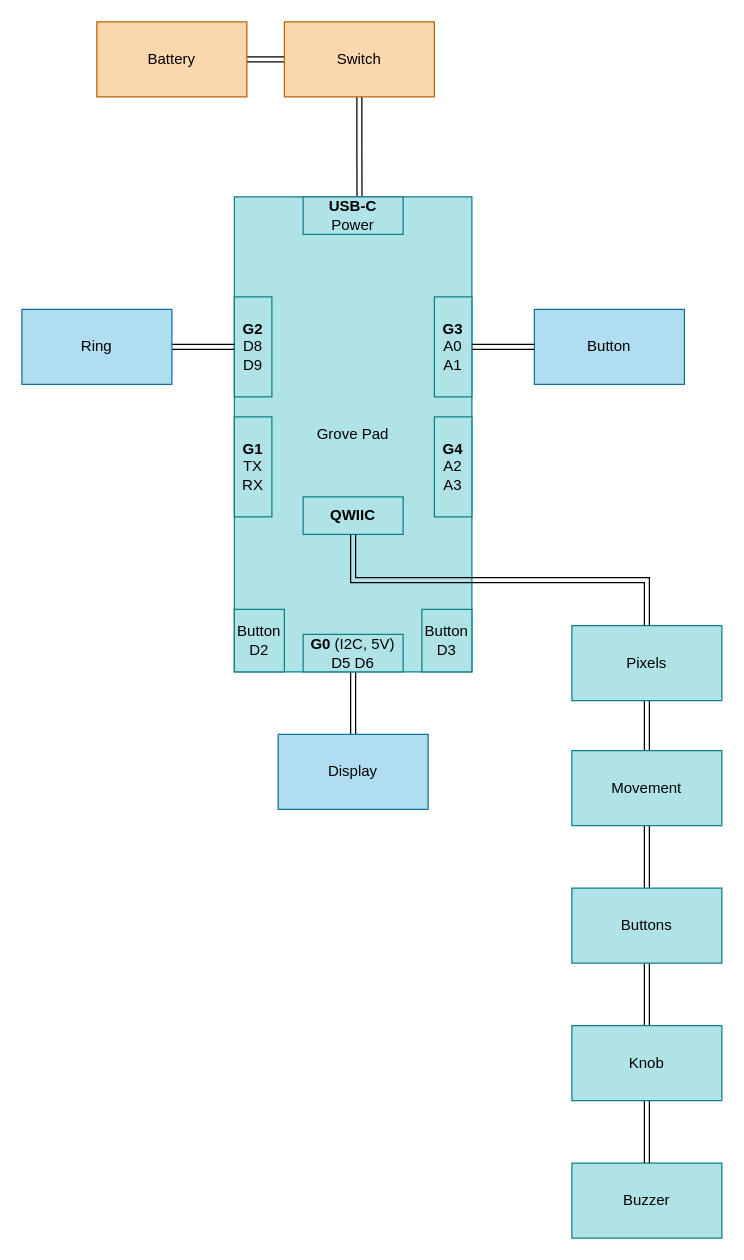
Earlier version of the draw.io diagram assets/Modul Schema.drawio (flavian-ost/Reacto). Source tidied: cells renumbered, new cells numbered last; positions are measured from the earlier drawing's top-left corner, leaving out a move shared by most shapes. Both pictures are drawn from the tidied source at 125%, with x=0, y=0 at pixel (21, 21).
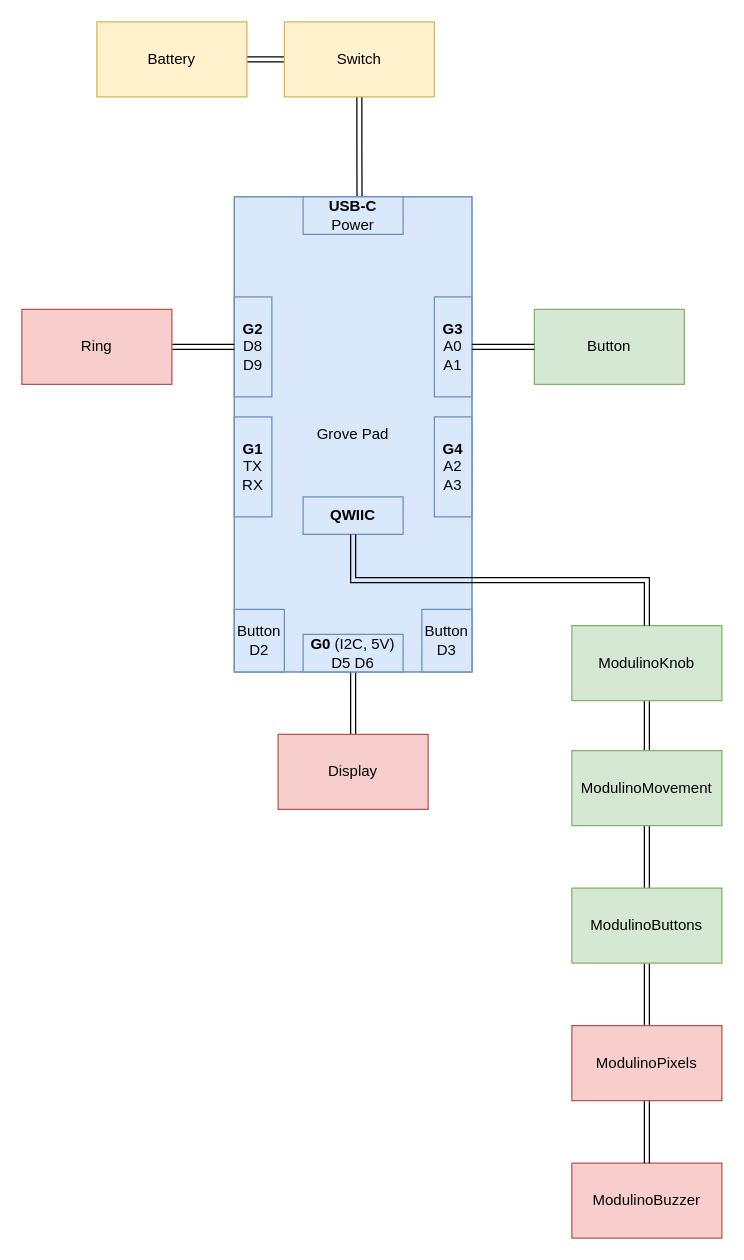
The same page after the edit.

The edit, as a diff of the source:
```diff
@@
-    <mxCell id="3" value="Display" style="rounded=0;whiteSpace=wrap;html=1;fillColor=#b1ddf0;strokeColor=#10739e;" parent="1" vertex="1">
+    <mxCell id="3" value="Display" style="rounded=0;whiteSpace=wrap;html=1;fillColor=#f8cecc;strokeColor=#b85450;" parent="1" vertex="1">
       <mxGeometry x="205" y="570" width="120" height="60" as="geometry" />
     </mxCell>
@@
-    <mxCell id="5" value="Pixels" style="rounded=0;whiteSpace=wrap;html=1;fillColor=#b0e3e6;strokeColor=#0e8088;" parent="1" vertex="1">
+    <mxCell id="5" value="ModulinoKnob" style="rounded=0;whiteSpace=wrap;html=1;fillColor=#d5e8d4;strokeColor=#82b366;" parent="1" vertex="1">
       <mxGeometry x="440" y="483" width="120" height="60" as="geometry" />
     </mxCell>
-    <mxCell id="6" value="Buzzer" style="rounded=0;whiteSpace=wrap;html=1;fillColor=#b0e3e6;strokeColor=#0e8088;" parent="1" vertex="1">
+    <mxCell id="6" value="ModulinoBuzzer" style="rounded=0;whiteSpace=wrap;html=1;fillColor=#f8cecc;strokeColor=#b85450;" parent="1" vertex="1">
       <mxGeometry x="440" y="913" width="120" height="60" as="geometry" />
     </mxCell>
@@
-    <mxCell id="8" value="Movement" style="rounded=0;whiteSpace=wrap;html=1;fillColor=#b0e3e6;strokeColor=#0e8088;" parent="1" vertex="1">
+    <mxCell id="8" value="ModulinoMovement" style="rounded=0;whiteSpace=wrap;html=1;fillColor=#d5e8d4;strokeColor=#82b366;" parent="1" vertex="1">
       <mxGeometry x="440" y="583" width="120" height="60" as="geometry" />
     </mxCell>
@@
-    <mxCell id="10" value="Buttons" style="rounded=0;whiteSpace=wrap;html=1;fillColor=#b0e3e6;strokeColor=#0e8088;" parent="1" vertex="1">
+    <mxCell id="10" value="ModulinoButtons" style="rounded=0;whiteSpace=wrap;html=1;fillColor=#d5e8d4;strokeColor=#82b366;" parent="1" vertex="1">
       <mxGeometry x="440" y="693" width="120" height="60" as="geometry" />
     </mxCell>
@@
-    <mxCell id="12" value="Knob" style="rounded=0;whiteSpace=wrap;html=1;fillColor=#b0e3e6;strokeColor=#0e8088;" parent="1" vertex="1">
+    <mxCell id="12" value="ModulinoPixels" style="rounded=0;whiteSpace=wrap;html=1;fillColor=#f8cecc;strokeColor=#b85450;" parent="1" vertex="1">
       <mxGeometry x="440" y="803" width="120" height="60" as="geometry" />
     </mxCell>
-    <mxCell id="13" value="Button" style="rounded=0;whiteSpace=wrap;html=1;fillColor=#b1ddf0;strokeColor=#10739e;" parent="1" vertex="1">
+    <mxCell id="13" value="Button" style="rounded=0;whiteSpace=wrap;html=1;fillColor=#d5e8d4;strokeColor=#82b366;" parent="1" vertex="1">
       <mxGeometry x="410" y="230" width="120" height="60" as="geometry" />
     </mxCell>
@@
-    <mxCell id="16" value="Battery" style="rounded=0;whiteSpace=wrap;html=1;fillColor=#fad7ac;strokeColor=#b46504;" parent="1" vertex="1">
+    <mxCell id="16" value="Battery" style="rounded=0;whiteSpace=wrap;html=1;fillColor=#fff2cc;strokeColor=#d6b656;" parent="1" vertex="1">
       <mxGeometry x="60" width="120" height="60" as="geometry" />
     </mxCell>
-    <mxCell id="17" style="group;" parent="1" vertex="1">
+    <mxCell id="17" style="group;fillColor=#dae8fc;strokeColor=#6c8ebf;" parent="1" vertex="1">
       <mxGeometry x="170" y="140" width="190" height="380" as="geometry" />
     </mxCell>
-    <mxCell id="18" value="Grove Pad" style="rounded=0;whiteSpace=wrap;html=1;fillColor=#b0e3e6;strokeColor=#0e8088;" parent="17" vertex="1">
+    <mxCell id="18" value="Grove Pad" style="rounded=0;whiteSpace=wrap;html=1;fillColor=#dae8fc;strokeColor=#6c8ebf;" parent="17" vertex="1">
       <mxGeometry width="190" height="380" as="geometry" />
     </mxCell>
-    <mxCell id="19" value="&lt;b&gt;G0&lt;/b&gt; (&lt;span style=&quot;background-color: transparent; color: light-dark(rgb(0, 0, 0), rgb(255, 255, 255));&quot;&gt;I2C, 5V)&lt;/span&gt;&lt;div&gt;&lt;span style=&quot;background-color: transparent; color: light-dark(rgb(0, 0, 0), rgb(255, 255, 255));&quot;&gt;D5 D6&lt;/span&gt;&lt;/div&gt;" style="rounded=0;whiteSpace=wrap;html=1;fillColor=#b0e3e6;strokeColor=#0e8088;" parent="17" vertex="1">
+    <mxCell id="19" value="&lt;b&gt;G0&lt;/b&gt; (&lt;span style=&quot;background-color: transparent; color: light-dark(rgb(0, 0, 0), rgb(255, 255, 255));&quot;&gt;I2C, 5V)&lt;/span&gt;&lt;div&gt;&lt;span style=&quot;background-color: transparent; color: light-dark(rgb(0, 0, 0), rgb(255, 255, 255));&quot;&gt;D5 D6&lt;/span&gt;&lt;/div&gt;" style="rounded=0;whiteSpace=wrap;html=1;fillColor=#dae8fc;strokeColor=#6c8ebf;" parent="17" vertex="1">
       <mxGeometry x="55" y="350" width="80" height="30" as="geometry" />
     </mxCell>
-    <mxCell id="20" value="&lt;b&gt;USB-C&lt;/b&gt;&lt;div&gt;Power&lt;/div&gt;" style="rounded=0;whiteSpace=wrap;html=1;fillColor=#b0e3e6;strokeColor=#0e8088;" parent="17" vertex="1">
+    <mxCell id="20" value="&lt;b&gt;USB-C&lt;/b&gt;&lt;div&gt;Power&lt;/div&gt;" style="rounded=0;whiteSpace=wrap;html=1;fillColor=#dae8fc;strokeColor=#6c8ebf;" parent="17" vertex="1">
       <mxGeometry x="55" width="80" height="30" as="geometry" />
     </mxCell>
-    <mxCell id="21" value="&lt;div&gt;&lt;b&gt;G4&lt;/b&gt;&lt;/div&gt;A2&lt;div&gt;A3&lt;/div&gt;" style="rounded=0;whiteSpace=wrap;html=1;fillColor=#b0e3e6;strokeColor=#0e8088;" parent="17" vertex="1">
+    <mxCell id="21" value="&lt;div&gt;&lt;b&gt;G4&lt;/b&gt;&lt;/div&gt;A2&lt;div&gt;A3&lt;/div&gt;" style="rounded=0;whiteSpace=wrap;html=1;fillColor=#dae8fc;strokeColor=#6c8ebf;" parent="17" vertex="1">
       <mxGeometry x="160" y="176" width="30" height="80" as="geometry" />
     </mxCell>
-    <mxCell id="22" value="&lt;div&gt;&lt;b&gt;G3&lt;/b&gt;&lt;/div&gt;A0&lt;div&gt;A1&lt;/div&gt;" style="rounded=0;whiteSpace=wrap;html=1;fillColor=#b0e3e6;strokeColor=#0e8088;" parent="17" vertex="1">
+    <mxCell id="22" value="&lt;div&gt;&lt;b&gt;G3&lt;/b&gt;&lt;/div&gt;A0&lt;div&gt;A1&lt;/div&gt;" style="rounded=0;whiteSpace=wrap;html=1;fillColor=#dae8fc;strokeColor=#6c8ebf;" parent="17" vertex="1">
       <mxGeometry x="160" y="80" width="30" height="80" as="geometry" />
     </mxCell>
-    <mxCell id="23" value="&lt;b&gt;G2&lt;/b&gt;&lt;div&gt;D8&lt;div&gt;D9&lt;/div&gt;&lt;/div&gt;" style="rounded=0;whiteSpace=wrap;html=1;fillColor=#b0e3e6;strokeColor=#0e8088;" parent="17" vertex="1">
+    <mxCell id="23" value="&lt;b&gt;G2&lt;/b&gt;&lt;div&gt;D8&lt;div&gt;D9&lt;/div&gt;&lt;/div&gt;" style="rounded=0;whiteSpace=wrap;html=1;fillColor=#dae8fc;strokeColor=#6c8ebf;" parent="17" vertex="1">
       <mxGeometry y="80" width="30" height="80" as="geometry" />
     </mxCell>
-    <mxCell id="24" value="&lt;b&gt;G1&lt;/b&gt;&lt;div&gt;TX&lt;div&gt;RX&lt;/div&gt;&lt;/div&gt;" style="rounded=0;whiteSpace=wrap;html=1;fillColor=#b0e3e6;strokeColor=#0e8088;" parent="17" vertex="1">
+    <mxCell id="24" value="&lt;b&gt;G1&lt;/b&gt;&lt;div&gt;TX&lt;div&gt;RX&lt;/div&gt;&lt;/div&gt;" style="rounded=0;whiteSpace=wrap;html=1;fillColor=#dae8fc;strokeColor=#6c8ebf;" parent="17" vertex="1">
       <mxGeometry y="176" width="30" height="80" as="geometry" />
     </mxCell>
-    <mxCell id="25" value="&lt;b&gt;QWIIC&lt;/b&gt;" style="rounded=0;whiteSpace=wrap;html=1;fillColor=#b0e3e6;strokeColor=#0e8088;" parent="17" vertex="1">
+    <mxCell id="25" value="&lt;b&gt;QWIIC&lt;/b&gt;" style="rounded=0;whiteSpace=wrap;html=1;fillColor=#dae8fc;strokeColor=#6c8ebf;" parent="17" vertex="1">
       <mxGeometry x="55" y="240" width="80" height="30" as="geometry" />
     </mxCell>
-    <mxCell id="26" value="Button D2" style="rounded=0;whiteSpace=wrap;html=1;fillColor=#b0e3e6;strokeColor=#0e8088;" parent="17" vertex="1">
+    <mxCell id="26" value="Button D2" style="rounded=0;whiteSpace=wrap;html=1;fillColor=#dae8fc;strokeColor=#6c8ebf;" parent="17" vertex="1">
       <mxGeometry y="330" width="40" height="50" as="geometry" />
     </mxCell>
-    <mxCell id="27" value="Button D3" style="rounded=0;whiteSpace=wrap;html=1;fillColor=#b0e3e6;strokeColor=#0e8088;" parent="17" vertex="1">
+    <mxCell id="27" value="Button D3" style="rounded=0;whiteSpace=wrap;html=1;fillColor=#dae8fc;strokeColor=#6c8ebf;" parent="17" vertex="1">
       <mxGeometry x="150" y="330" width="40" height="50" as="geometry" />
     </mxCell>
@@
-    <mxCell id="29" value="Ring" style="rounded=0;whiteSpace=wrap;html=1;fillColor=#b1ddf0;strokeColor=#10739e;" parent="1" vertex="1">
+    <mxCell id="29" value="Ring" style="rounded=0;whiteSpace=wrap;html=1;fillColor=#f8cecc;strokeColor=#b85450;" parent="1" vertex="1">
       <mxGeometry y="230" width="120" height="60" as="geometry" />
     </mxCell>
@@
-    <mxCell id="32" value="Switch" style="rounded=0;whiteSpace=wrap;html=1;fillColor=#fad7ac;strokeColor=#b46504;" parent="1" vertex="1">
+    <mxCell id="32" value="Switch" style="rounded=0;whiteSpace=wrap;html=1;fillColor=#fff2cc;strokeColor=#d6b656;" parent="1" vertex="1">
       <mxGeometry x="210" width="120" height="60" as="geometry" />
     </mxCell>
```
